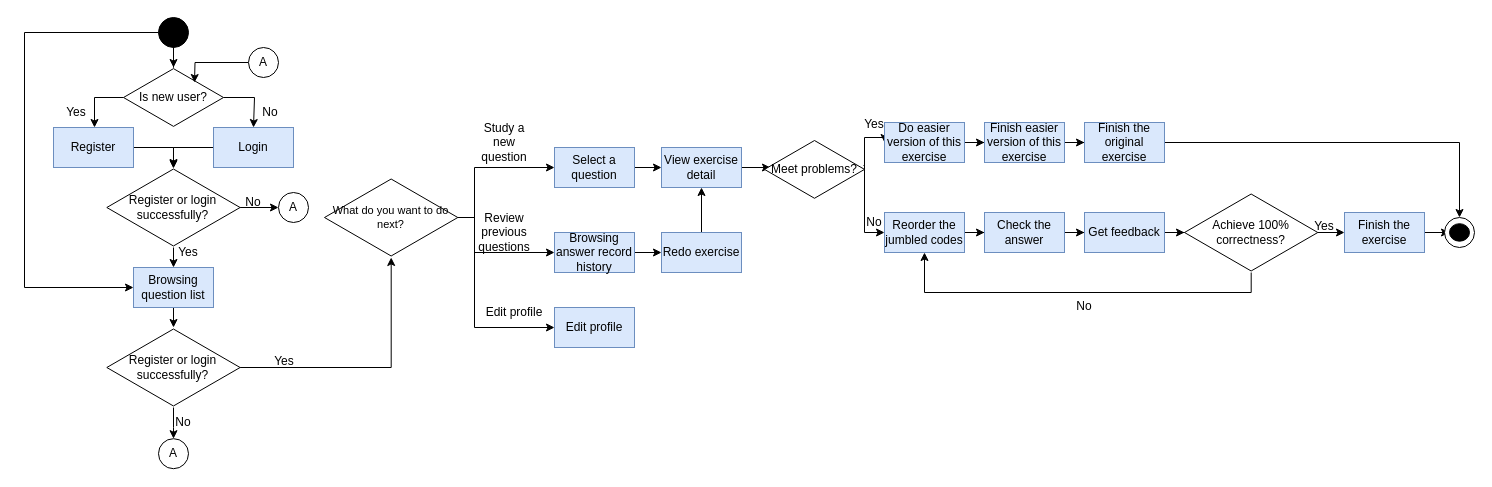
Above: page "Page-2" (2 of 2) of document/student_activity_diagram_1.drawio in YajingLiu2357/Parsons-problem-generator-solver (draw.io), before the change. Source tidied: cells renumbered, new cells numbered last; positions are measured from the earlier drawing's top-left corner, leaving out a move shared by most shapes. Both pictures are drawn from the tidied source at 100%, with x=0, y=0 at pixel (24, 17).
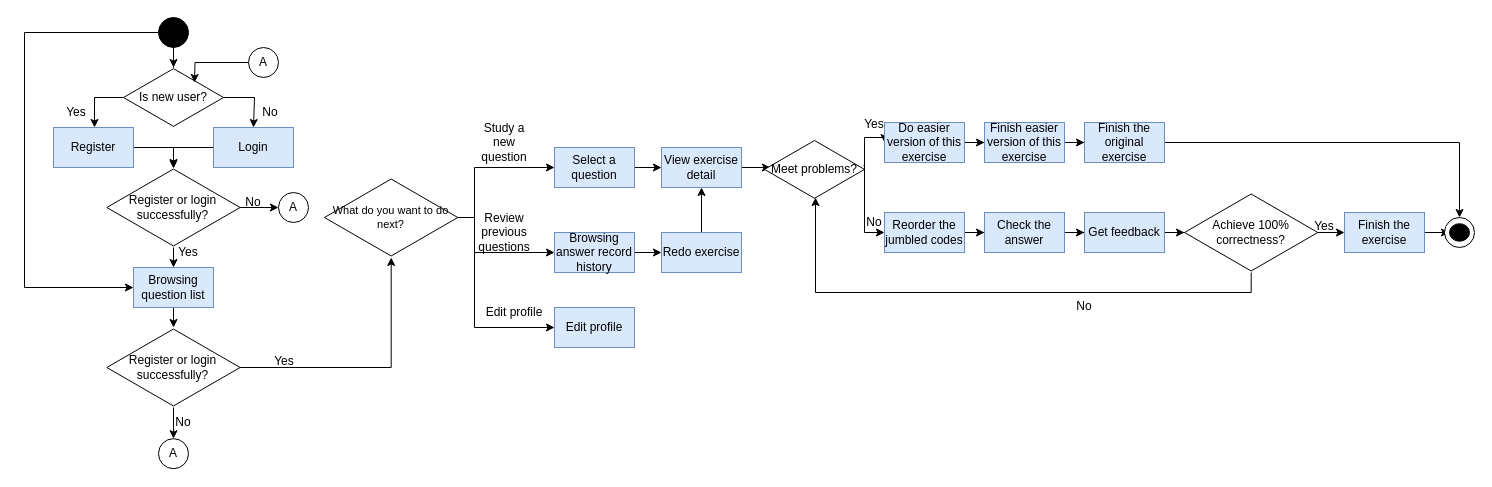
The same diagram, later.

Commit message (it also covers changes not shown here):
finish final report

Unchanged cells that the change refers to:
```xml
<mxCell id="44" value="Reorder the jumbled codes" style="rounded=0;whiteSpace=wrap;html=1;fillColor=#dae8fc;strokeColor=#6c8ebf;" parent="1" vertex="1">
  <mxGeometry x="860" y="195" width="80" height="40" as="geometry" />
</mxCell>
<mxCell id="51" value="Achieve 100% correctness?" style="html=1;whiteSpace=wrap;shape=isoRectangle;fillColor=#FFFFFF;" parent="1" vertex="1">
  <mxGeometry x="1160" y="175" width="133.3" height="80" as="geometry" />
</mxCell>
<mxCell id="61" value="Meet problems?" style="html=1;whiteSpace=wrap;shape=isoRectangle;fillColor=#FFFFFF;" parent="1" vertex="1">
  <mxGeometry x="740" y="121.9" width="100" height="60" as="geometry" />
</mxCell>
```

What changed in the source:
```diff
@@
-    <mxCell id="50" style="edgeStyle=orthogonalEdgeStyle;rounded=0;jettySize=auto;html=1;fontSize=11;" parent="1" edge="1" source="51" target="44">
+    <mxCell id="50" style="edgeStyle=orthogonalEdgeStyle;rounded=0;jettySize=auto;html=1;fontSize=11;entryX=0.51;entryY=0.969;entryDx=0;entryDy=0;entryPerimeter=0;" parent="1" edge="1" source="51" target="61">
       <mxGeometry relative="1" as="geometry">
         <Array as="points">
           <mxPoint x="1227" y="275" />
-          <mxPoint x="900" y="275" />
+          <mxPoint x="791" y="275" />
         </Array>
       </mxGeometry>
     </mxCell>
```
